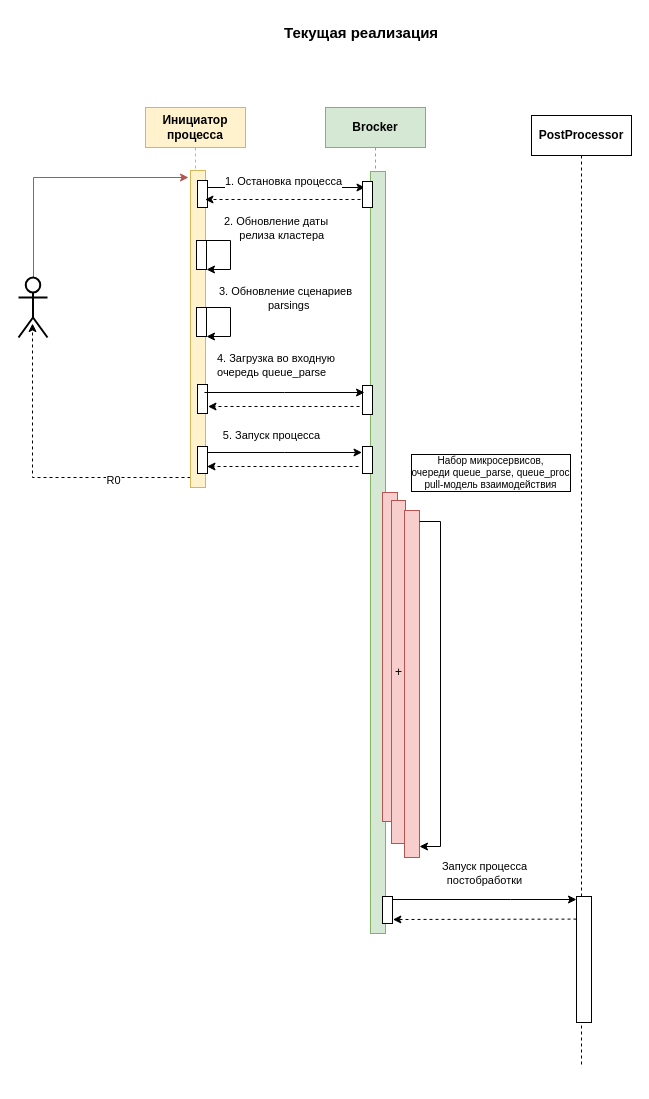
Earlier version of the draw.io diagram db_exchange/X_DOC/exchange_as_is.drawio (NickChadaev/pg_tools). Source tidied: cells renumbered, new cells numbered last; positions are measured from the earlier drawing's top-left corner, leaving out a move shared by most shapes. Both pictures are drawn from the tidied source at 100%, with x=0, y=0 at pixel (18, 17).
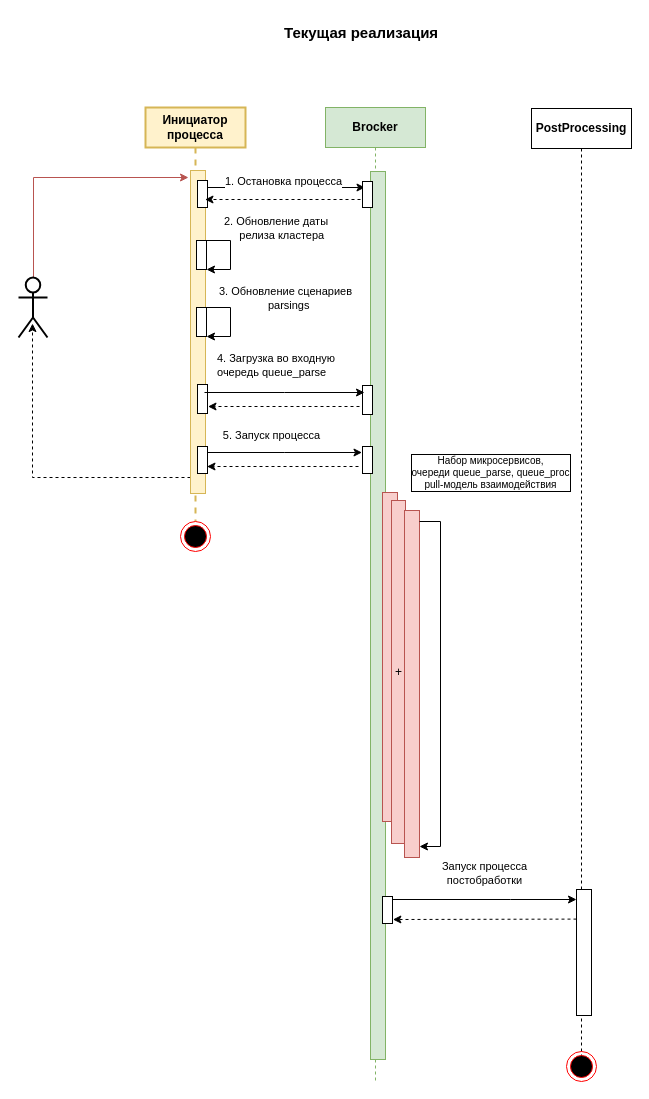
Above is the later version.

Commit message (it also covers changes not shown here):
Модель процессов AS IS  FIX-0

The change refers to these unchanged cells:
```xml
<mxCell id="11" style="edgeStyle=elbowEdgeStyle;rounded=0;jettySize=auto;html=1;elbow=vertical;curved=0;entryX=0.483;entryY=0.767;entryDx=0;entryDy=0;entryPerimeter=0;dashed=1;" parent="1" edge="1" source="14" target="9">
  <mxGeometry relative="1" as="geometry">
    <Array as="points">
      <mxPoint x="140" y="460" />
      <mxPoint x="100" y="380" />
      <mxPoint x="40" y="370" />
      <mxPoint x="130" y="380" />
      <mxPoint x="140" y="370" />
      <mxPoint x="130" y="260" />
    </Array>
  </mxGeometry>
</mxCell>
```

The edit, as a diff of the source:
```diff
@@
     <mxCell id="3" value="Brocker" style="shape=umlLifeline;perimeter=lifelinePerimeter;whiteSpace=wrap;html=1;outlineConnect=0;portConstraint=eastwest;newEdgeStyle={&quot;edgeStyle&quot;:&quot;elbowEdgeStyle&quot;,&quot;elbow&quot;:&quot;vertical&quot;,&quot;curved&quot;:0,&quot;rounded&quot;:0};fontStyle=1;fillColor=#d5e8d4;strokeColor=#82b366;" parent="1" vertex="1">
-      <mxGeometry x="307" y="90" width="100" height="826" as="geometry" />
+      <mxGeometry x="307" y="90" width="100" height="974" as="geometry" />
     </mxCell>
     <mxCell id="4" style="html=1;points=[];perimeter=orthogonalPerimeter;outlineConnect=0;targetShapes=umlLifeline;portConstraint=eastwest;newEdgeStyle={&quot;edgeStyle&quot;:&quot;elbowEdgeStyle&quot;,&quot;elbow&quot;:&quot;vertical&quot;,&quot;curved&quot;:0,&quot;rounded&quot;:0};fillColor=#d5e8d4;strokeColor=#82b366;" parent="3" vertex="1">
-      <mxGeometry x="45" y="64" width="15" height="762" as="geometry" />
+      <mxGeometry x="45" y="64" width="15" height="888" as="geometry" />
     </mxCell>
@@
-    <mxCell id="10" value="Инициатор&lt;br&gt;процесса" style="shape=umlLifeline;perimeter=lifelinePerimeter;whiteSpace=wrap;html=1;newEdgeStyle={&quot;edgeStyle&quot;:&quot;elbowEdgeStyle&quot;,&quot;elbow&quot;:&quot;vertical&quot;,&quot;curved&quot;:0,&quot;rounded&quot;:0};fontStyle=1;fillColor=#fff2cc;strokeColor=#d6b656;" parent="1" vertex="1">
-      <mxGeometry x="127" y="90" width="100" height="260" as="geometry" />
+    <mxCell id="10" value="Инициатор&lt;br&gt;процесса" style="shape=umlLifeline;perimeter=lifelinePerimeter;whiteSpace=wrap;html=1;newEdgeStyle={&quot;edgeStyle&quot;:&quot;elbowEdgeStyle&quot;,&quot;elbow&quot;:&quot;vertical&quot;,&quot;curved&quot;:0,&quot;rounded&quot;:0};fontStyle=1;fillColor=#fff2cc;strokeColor=#d6b656;strokeWidth=2;" parent="1" vertex="1">
+      <mxGeometry x="127" y="90" width="100" height="414" as="geometry" />
     </mxCell>
@@
-    <mxCell id="12" value="R0" style="edgeLabel;html=1;align=center;verticalAlign=middle;" parent="11" vertex="1">
-      <mxGeometry x="-0.5" y="2" relative="1" as="geometry" />
-    </mxCell>
@@
     <mxCell id="14" style="html=1;points=[];perimeter=orthogonalPerimeter;outlineConnect=0;targetShapes=umlLifeline;portConstraint=eastwest;newEdgeStyle={&quot;edgeStyle&quot;:&quot;elbowEdgeStyle&quot;,&quot;elbow&quot;:&quot;vertical&quot;,&quot;curved&quot;:0,&quot;rounded&quot;:0};fillColor=#fff2cc;strokeColor=#d6b656;" parent="1" vertex="1">
-      <mxGeometry x="172" y="153" width="15" height="317" as="geometry" />
+      <mxGeometry x="172" y="153" width="15" height="323" as="geometry" />
     </mxCell>
-    <mxCell id="15" value="PostProcessor" style="shape=umlLifeline;perimeter=lifelinePerimeter;whiteSpace=wrap;html=1;newEdgeStyle={&quot;edgeStyle&quot;:&quot;elbowEdgeStyle&quot;,&quot;elbow&quot;:&quot;vertical&quot;,&quot;curved&quot;:0,&quot;rounded&quot;:0};fontStyle=1;" parent="1" vertex="1">
-      <mxGeometry x="513" y="98" width="100" height="952" as="geometry" />
+    <mxCell id="15" value="PostProcessing" style="shape=umlLifeline;perimeter=lifelinePerimeter;whiteSpace=wrap;html=1;newEdgeStyle={&quot;edgeStyle&quot;:&quot;elbowEdgeStyle&quot;,&quot;elbow&quot;:&quot;vertical&quot;,&quot;curved&quot;:0,&quot;rounded&quot;:0};fontStyle=1;" parent="1" vertex="1">
+      <mxGeometry x="513" y="91" width="100" height="952" as="geometry" />
     </mxCell>
@@
+    <mxCell id="44" style="ellipse;html=1;shape=endState;fillColor=#000000;strokeColor=#ff0000;" parent="1" vertex="1">
+      <mxGeometry x="162" y="504" width="30" height="30" as="geometry" />
+    </mxCell>
+    <mxCell id="45" style="ellipse;html=1;shape=endState;fillColor=#000000;strokeColor=#ff0000;" parent="1" vertex="1">
+      <mxGeometry x="548" y="1034" width="30" height="30" as="geometry" />
+    </mxCell>
```
